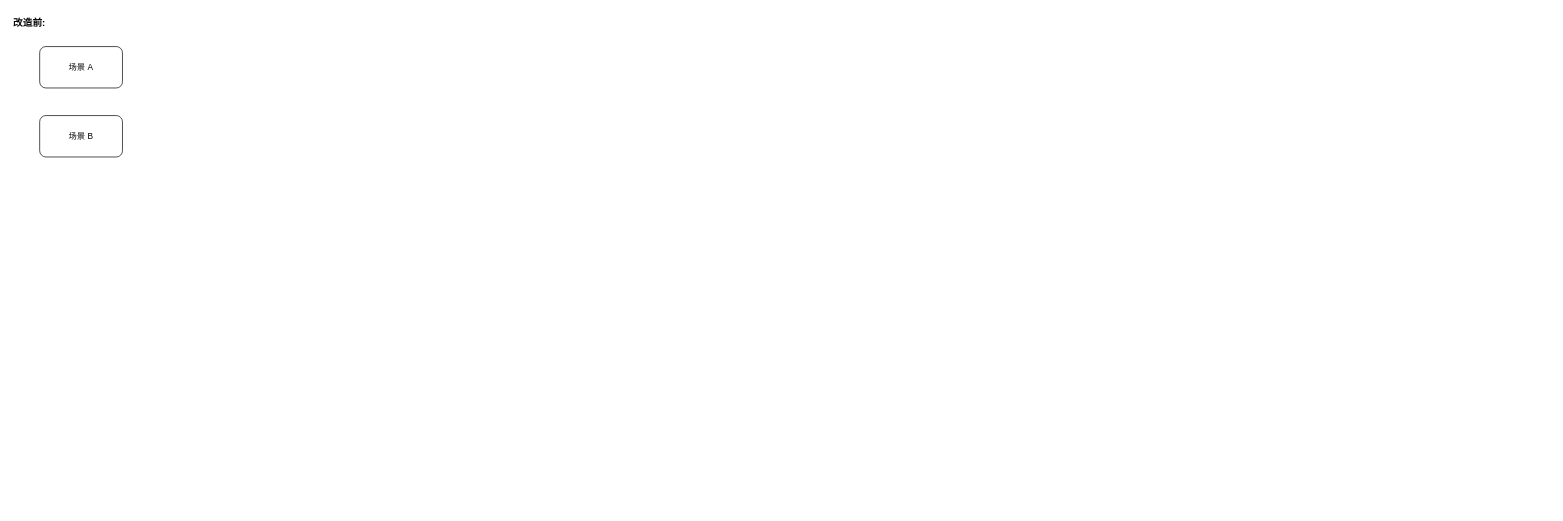
Before: worker/ai 背景图性能优化.drawio in TNT-Likely/diagrams, a draw.io diagram. Source tidied: cells renumbered, new cells numbered last; positions are measured from the earlier drawing's top-left corner, leaving out a move shared by most shapes. Both pictures are drawn from the tidied source at 69%, with x=0, y=0 at pixel (12, 12).
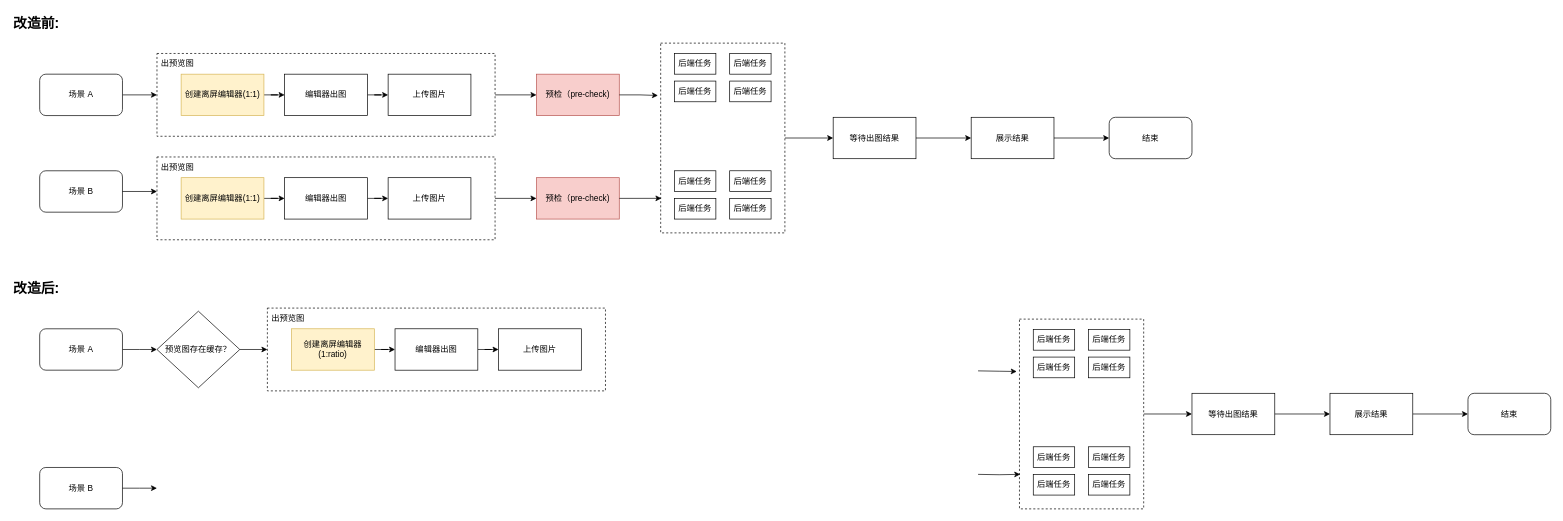
Above is the later version.

Commit message (it also covers changes not shown here):
更新ai 背景图性能优化.drawio

Change to the diagram source:
```diff
@@
+    <mxCell id="5" style="edgeStyle=orthogonalEdgeStyle;rounded=0;jettySize=auto;html=1;exitX=1;exitY=0.5;exitDx=0;exitDy=0;entryX=0;entryY=0.5;entryDx=0;entryDy=0;" parent="1" edge="1" source="2" target="7">
+      <mxGeometry relative="1" as="geometry" />
+    </mxCell>
     <mxCell id="2" value="场景 A" style="rounded=1;whiteSpace=wrap;html=1;" parent="1" vertex="1">
-      <mxGeometry x="40" y="50" width="120" height="60" as="geometry" />
+      <mxGeometry x="40" y="90" width="120" height="60" as="geometry" />
     </mxCell>
     <mxCell id="3" value="场景 B" style="rounded=1;whiteSpace=wrap;html=1;" parent="1" vertex="1">
-      <mxGeometry x="40" y="150" width="120" height="60" as="geometry" />
+      <mxGeometry x="40" y="230" width="120" height="60" as="geometry" />
     </mxCell>
-    <mxCell id="4" value="改造前:" style="text;html=1;strokeColor=none;fillColor=none;align=left;verticalAlign=middle;whiteSpace=wrap;rounded=0;fontStyle=1;fontSize=14;" parent="1" vertex="1">
-      <mxGeometry width="60" height="30" as="geometry" />
+    <mxCell id="4" value="改造前:" style="text;html=1;strokeColor=none;fillColor=none;align=left;verticalAlign=middle;whiteSpace=wrap;rounded=0;fontStyle=1;fontSize=20;" parent="1" vertex="1">
+      <mxGeometry width="100" height="30" as="geometry" />
     </mxCell>
+    <mxCell id="6" style="group;" parent="1" vertex="1">
+      <mxGeometry x="210" y="60" width="490" height="120" as="geometry" />
+    </mxCell>
+    <mxCell id="7" style="rounded=0;whiteSpace=wrap;html=1;dashed=1;" parent="6" vertex="1">
+      <mxGeometry width="490" height="120" as="geometry" />
+    </mxCell>
+    <mxCell id="8" style="edgeStyle=orthogonalEdgeStyle;rounded=0;jettySize=auto;html=1;" parent="6" edge="1" source="9" target="11">
+      <mxGeometry relative="1" as="geometry" />
+    </mxCell>
+    <mxCell id="9" value="创建离屏编辑器(1:1)" style="rounded=0;whiteSpace=wrap;html=1;fillColor=#fff2cc;strokeColor=#d6b656;" parent="6" vertex="1">
+      <mxGeometry x="35" y="30" width="120" height="60" as="geometry" />
+    </mxCell>
+    <mxCell id="10" style="edgeStyle=orthogonalEdgeStyle;rounded=0;jettySize=auto;html=1;" parent="6" edge="1" source="11" target="12">
+      <mxGeometry relative="1" as="geometry" />
+    </mxCell>
+    <mxCell id="11" value="编辑器出图" style="rounded=0;whiteSpace=wrap;html=1;" parent="6" vertex="1">
+      <mxGeometry x="185" y="30" width="120" height="60" as="geometry" />
+    </mxCell>
+    <mxCell id="12" value="上传图片" style="rounded=0;whiteSpace=wrap;html=1;" parent="6" vertex="1">
+      <mxGeometry x="335" y="30" width="120" height="60" as="geometry" />
+    </mxCell>
+    <mxCell id="13" value="出预览图" style="text;html=1;strokeColor=none;fillColor=none;align=center;verticalAlign=middle;whiteSpace=wrap;rounded=0;" parent="6" vertex="1">
+      <mxGeometry width="60" height="30" as="geometry" />
+    </mxCell>
+    <mxCell id="14" style="group;" parent="1" vertex="1">
+      <mxGeometry x="210" y="210" width="490" height="120" as="geometry" />
+    </mxCell>
+    <mxCell id="15" style="rounded=0;whiteSpace=wrap;html=1;dashed=1;" parent="14" vertex="1">
+      <mxGeometry width="490" height="120" as="geometry" />
+    </mxCell>
+    <mxCell id="16" style="edgeStyle=orthogonalEdgeStyle;rounded=0;jettySize=auto;html=1;" parent="14" edge="1" source="17" target="19">
+      <mxGeometry relative="1" as="geometry" />
+    </mxCell>
+    <mxCell id="17" value="创建离屏编辑器(1:1)" style="rounded=0;whiteSpace=wrap;html=1;fillColor=#fff2cc;strokeColor=#d6b656;" parent="14" vertex="1">
+      <mxGeometry x="35" y="30" width="120" height="60" as="geometry" />
+    </mxCell>
+    <mxCell id="18" style="edgeStyle=orthogonalEdgeStyle;rounded=0;jettySize=auto;html=1;" parent="14" edge="1" source="19" target="20">
+      <mxGeometry relative="1" as="geometry" />
+    </mxCell>
+    <mxCell id="19" value="编辑器出图" style="rounded=0;whiteSpace=wrap;html=1;" parent="14" vertex="1">
+      <mxGeometry x="185" y="30" width="120" height="60" as="geometry" />
+    </mxCell>
+    <mxCell id="20" value="上传图片" style="rounded=0;whiteSpace=wrap;html=1;" parent="14" vertex="1">
+      <mxGeometry x="335" y="30" width="120" height="60" as="geometry" />
+    </mxCell>
+    <mxCell id="21" value="出预览图" style="text;html=1;strokeColor=none;fillColor=none;align=center;verticalAlign=middle;whiteSpace=wrap;rounded=0;" parent="14" vertex="1">
+      <mxGeometry width="60" height="30" as="geometry" />
+    </mxCell>
+    <mxCell id="22" style="edgeStyle=orthogonalEdgeStyle;rounded=0;jettySize=auto;html=1;exitX=1;exitY=0.5;exitDx=0;exitDy=0;entryX=0;entryY=0.417;entryDx=0;entryDy=0;entryPerimeter=0;" parent="1" edge="1" source="3" target="15">
+      <mxGeometry relative="1" as="geometry" />
+    </mxCell>
+    <mxCell id="23" value="预检（pre-check)" style="rounded=0;whiteSpace=wrap;html=1;fillColor=#f8cecc;strokeColor=#b85450;" parent="1" vertex="1">
+      <mxGeometry x="760" y="90" width="120" height="60" as="geometry" />
+    </mxCell>
+    <mxCell id="24" value="预检（pre-check)" style="rounded=0;whiteSpace=wrap;html=1;fillColor=#f8cecc;strokeColor=#b85450;" parent="1" vertex="1">
+      <mxGeometry x="760" y="240" width="120" height="60" as="geometry" />
+    </mxCell>
+    <mxCell id="25" style="edgeStyle=orthogonalEdgeStyle;rounded=0;jettySize=auto;html=1;exitX=1;exitY=0.5;exitDx=0;exitDy=0;entryX=0;entryY=0.5;entryDx=0;entryDy=0;" parent="1" edge="1" source="15" target="24">
+      <mxGeometry relative="1" as="geometry" />
+    </mxCell>
+    <mxCell id="26" style="edgeStyle=orthogonalEdgeStyle;rounded=0;jettySize=auto;html=1;exitX=1;exitY=0.5;exitDx=0;exitDy=0;entryX=0;entryY=0.5;entryDx=0;entryDy=0;" parent="1" edge="1" source="7" target="23">
+      <mxGeometry relative="1" as="geometry" />
+    </mxCell>
+    <mxCell id="27" style="edgeStyle=orthogonalEdgeStyle;rounded=0;jettySize=auto;html=1;exitX=1;exitY=0.5;exitDx=0;exitDy=0;entryX=0;entryY=0.5;entryDx=0;entryDy=0;" parent="1" edge="1" source="28" target="40">
+      <mxGeometry relative="1" as="geometry" />
+    </mxCell>
+    <mxCell id="28" style="rounded=0;whiteSpace=wrap;html=1;dashed=1;" parent="1" vertex="1">
+      <mxGeometry x="940" y="45" width="180" height="275" as="geometry" />
+    </mxCell>
+    <mxCell id="29" value="后端任务" style="rounded=0;whiteSpace=wrap;html=1;" parent="1" vertex="1">
+      <mxGeometry x="960" y="60" width="60" height="30" as="geometry" />
+    </mxCell>
+    <mxCell id="30" value="后端任务" style="rounded=0;whiteSpace=wrap;html=1;" parent="1" vertex="1">
+      <mxGeometry x="1040" y="60" width="60" height="30" as="geometry" />
+    </mxCell>
+    <mxCell id="31" value="后端任务" style="rounded=0;whiteSpace=wrap;html=1;" parent="1" vertex="1">
+      <mxGeometry x="960" y="100" width="60" height="30" as="geometry" />
+    </mxCell>
+    <mxCell id="32" value="后端任务" style="rounded=0;whiteSpace=wrap;html=1;" parent="1" vertex="1">
+      <mxGeometry x="1040" y="100" width="60" height="30" as="geometry" />
+    </mxCell>
+    <mxCell id="33" value="后端任务" style="rounded=0;whiteSpace=wrap;html=1;" parent="1" vertex="1">
+      <mxGeometry x="960" y="230" width="60" height="30" as="geometry" />
+    </mxCell>
+    <mxCell id="34" value="后端任务" style="rounded=0;whiteSpace=wrap;html=1;" parent="1" vertex="1">
+      <mxGeometry x="1040" y="230" width="60" height="30" as="geometry" />
+    </mxCell>
+    <mxCell id="35" value="后端任务" style="rounded=0;whiteSpace=wrap;html=1;" parent="1" vertex="1">
+      <mxGeometry x="960" y="270" width="60" height="30" as="geometry" />
+    </mxCell>
+    <mxCell id="36" value="后端任务" style="rounded=0;whiteSpace=wrap;html=1;" parent="1" vertex="1">
+      <mxGeometry x="1040" y="270" width="60" height="30" as="geometry" />
+    </mxCell>
+    <mxCell id="37" style="edgeStyle=orthogonalEdgeStyle;rounded=0;jettySize=auto;html=1;exitX=1;exitY=0.5;exitDx=0;exitDy=0;entryX=-0.022;entryY=0.276;entryDx=0;entryDy=0;entryPerimeter=0;" parent="1" edge="1" source="23" target="28">
+      <mxGeometry relative="1" as="geometry" />
+    </mxCell>
+    <mxCell id="38" style="edgeStyle=orthogonalEdgeStyle;rounded=0;jettySize=auto;html=1;exitX=1;exitY=0.5;exitDx=0;exitDy=0;entryX=0.006;entryY=0.818;entryDx=0;entryDy=0;entryPerimeter=0;" parent="1" edge="1" source="24" target="28">
+      <mxGeometry relative="1" as="geometry" />
+    </mxCell>
+    <mxCell id="39" style="edgeStyle=orthogonalEdgeStyle;rounded=0;jettySize=auto;html=1;exitX=1;exitY=0.5;exitDx=0;exitDy=0;entryX=0;entryY=0.5;entryDx=0;entryDy=0;" parent="1" edge="1" source="40" target="42">
+      <mxGeometry relative="1" as="geometry" />
+    </mxCell>
+    <mxCell id="40" value="等待出图结果" style="rounded=0;whiteSpace=wrap;html=1;" parent="1" vertex="1">
+      <mxGeometry x="1190" y="152.5" width="120" height="60" as="geometry" />
+    </mxCell>
+    <mxCell id="41" style="edgeStyle=orthogonalEdgeStyle;rounded=0;jettySize=auto;html=1;exitX=1;exitY=0.5;exitDx=0;exitDy=0;entryX=0;entryY=0.5;entryDx=0;entryDy=0;" parent="1" edge="1" source="42" target="43">
+      <mxGeometry relative="1" as="geometry" />
+    </mxCell>
+    <mxCell id="42" value="展示结果" style="rounded=0;whiteSpace=wrap;html=1;" parent="1" vertex="1">
+      <mxGeometry x="1390" y="152.5" width="120" height="60" as="geometry" />
+    </mxCell>
+    <mxCell id="43" value="结束" style="rounded=1;whiteSpace=wrap;html=1;" parent="1" vertex="1">
+      <mxGeometry x="1590" y="152.5" width="120" height="60" as="geometry" />
+    </mxCell>
+    <mxCell id="44" value="改造后:" style="text;html=1;strokeColor=none;fillColor=none;align=left;verticalAlign=middle;whiteSpace=wrap;rounded=0;fontStyle=1;fontSize=20;" parent="1" vertex="1">
+      <mxGeometry y="384" width="100" height="30" as="geometry" />
+    </mxCell>
+    <mxCell id="45" style="edgeStyle=orthogonalEdgeStyle;rounded=0;jettySize=auto;html=1;exitX=1;exitY=0.5;exitDx=0;exitDy=0;entryX=0;entryY=0.5;entryDx=0;entryDy=0;" parent="1" edge="1" source="46">
+      <mxGeometry relative="1" as="geometry">
+        <mxPoint x="210" y="489" as="targetPoint" />
+      </mxGeometry>
+    </mxCell>
+    <mxCell id="46" value="场景 A" style="rounded=1;whiteSpace=wrap;html=1;" parent="1" vertex="1">
+      <mxGeometry x="40" y="459" width="120" height="60" as="geometry" />
+    </mxCell>
+    <mxCell id="47" value="场景 B" style="rounded=1;whiteSpace=wrap;html=1;" parent="1" vertex="1">
+      <mxGeometry x="40" y="660" width="120" height="60" as="geometry" />
+    </mxCell>
+    <mxCell id="48" style="edgeStyle=orthogonalEdgeStyle;rounded=0;jettySize=auto;html=1;exitX=1;exitY=0.5;exitDx=0;exitDy=0;entryX=0;entryY=0.417;entryDx=0;entryDy=0;entryPerimeter=0;" parent="1" edge="1" source="47">
+      <mxGeometry relative="1" as="geometry">
+        <mxPoint x="210" y="690" as="targetPoint" />
+      </mxGeometry>
+    </mxCell>
+    <mxCell id="49" style="edgeStyle=orthogonalEdgeStyle;rounded=0;jettySize=auto;html=1;exitX=1;exitY=0.5;exitDx=0;exitDy=0;entryX=0;entryY=0.5;entryDx=0;entryDy=0;" parent="1" edge="1" source="50" target="62">
+      <mxGeometry relative="1" as="geometry" />
+    </mxCell>
+    <mxCell id="50" style="rounded=0;whiteSpace=wrap;html=1;dashed=1;" parent="1" vertex="1">
+      <mxGeometry x="1460" y="445" width="180" height="275" as="geometry" />
+    </mxCell>
+    <mxCell id="51" value="后端任务" style="rounded=0;whiteSpace=wrap;html=1;" parent="1" vertex="1">
+      <mxGeometry x="1480" y="460" width="60" height="30" as="geometry" />
+    </mxCell>
+    <mxCell id="52" value="后端任务" style="rounded=0;whiteSpace=wrap;html=1;" parent="1" vertex="1">
+      <mxGeometry x="1560" y="460" width="60" height="30" as="geometry" />
+    </mxCell>
+    <mxCell id="53" value="后端任务" style="rounded=0;whiteSpace=wrap;html=1;" parent="1" vertex="1">
+      <mxGeometry x="1480" y="500" width="60" height="30" as="geometry" />
+    </mxCell>
+    <mxCell id="54" value="后端任务" style="rounded=0;whiteSpace=wrap;html=1;" parent="1" vertex="1">
+      <mxGeometry x="1560" y="500" width="60" height="30" as="geometry" />
+    </mxCell>
+    <mxCell id="55" value="后端任务" style="rounded=0;whiteSpace=wrap;html=1;" parent="1" vertex="1">
+      <mxGeometry x="1480" y="630" width="60" height="30" as="geometry" />
+    </mxCell>
+    <mxCell id="56" value="后端任务" style="rounded=0;whiteSpace=wrap;html=1;" parent="1" vertex="1">
+      <mxGeometry x="1560" y="630" width="60" height="30" as="geometry" />
+    </mxCell>
+    <mxCell id="57" value="后端任务" style="rounded=0;whiteSpace=wrap;html=1;" parent="1" vertex="1">
+      <mxGeometry x="1480" y="670" width="60" height="30" as="geometry" />
+    </mxCell>
+    <mxCell id="58" value="后端任务" style="rounded=0;whiteSpace=wrap;html=1;" parent="1" vertex="1">
+      <mxGeometry x="1560" y="670" width="60" height="30" as="geometry" />
+    </mxCell>
+    <mxCell id="59" style="edgeStyle=orthogonalEdgeStyle;rounded=0;jettySize=auto;html=1;exitX=1;exitY=0.5;exitDx=0;exitDy=0;entryX=-0.022;entryY=0.276;entryDx=0;entryDy=0;entryPerimeter=0;" parent="1" edge="1" target="50">
+      <mxGeometry relative="1" as="geometry">
+        <mxPoint x="1400" y="520" as="sourcePoint" />
+      </mxGeometry>
+    </mxCell>
+    <mxCell id="60" style="edgeStyle=orthogonalEdgeStyle;rounded=0;jettySize=auto;html=1;exitX=1;exitY=0.5;exitDx=0;exitDy=0;entryX=0.006;entryY=0.818;entryDx=0;entryDy=0;entryPerimeter=0;" parent="1" edge="1" target="50">
+      <mxGeometry relative="1" as="geometry">
+        <mxPoint x="1400" y="670" as="sourcePoint" />
+      </mxGeometry>
+    </mxCell>
+    <mxCell id="61" style="edgeStyle=orthogonalEdgeStyle;rounded=0;jettySize=auto;html=1;exitX=1;exitY=0.5;exitDx=0;exitDy=0;entryX=0;entryY=0.5;entryDx=0;entryDy=0;" parent="1" edge="1" source="62" target="64">
+      <mxGeometry relative="1" as="geometry" />
+    </mxCell>
+    <mxCell id="62" value="等待出图结果" style="rounded=0;whiteSpace=wrap;html=1;" parent="1" vertex="1">
+      <mxGeometry x="1710" y="552.5" width="120" height="60" as="geometry" />
+    </mxCell>
+    <mxCell id="63" style="edgeStyle=orthogonalEdgeStyle;rounded=0;jettySize=auto;html=1;exitX=1;exitY=0.5;exitDx=0;exitDy=0;entryX=0;entryY=0.5;entryDx=0;entryDy=0;" parent="1" edge="1" source="64" target="65">
+      <mxGeometry relative="1" as="geometry" />
+    </mxCell>
+    <mxCell id="64" value="展示结果" style="rounded=0;whiteSpace=wrap;html=1;" parent="1" vertex="1">
+      <mxGeometry x="1910" y="552.5" width="120" height="60" as="geometry" />
+    </mxCell>
+    <mxCell id="65" value="结束" style="rounded=1;whiteSpace=wrap;html=1;" parent="1" vertex="1">
+      <mxGeometry x="2110" y="552.5" width="120" height="60" as="geometry" />
+    </mxCell>
+    <mxCell id="66" style="edgeStyle=orthogonalEdgeStyle;rounded=0;jettySize=auto;html=1;exitX=1;exitY=0.5;exitDx=0;exitDy=0;entryX=0;entryY=0.5;entryDx=0;entryDy=0;" parent="1" edge="1" source="67" target="69">
+      <mxGeometry relative="1" as="geometry" />
+    </mxCell>
+    <mxCell id="67" value="预览图存在缓存？" style="rhombus;whiteSpace=wrap;html=1;" parent="1" vertex="1">
+      <mxGeometry x="210" y="433.5" width="120" height="111" as="geometry" />
+    </mxCell>
+    <mxCell id="68" style="group;" parent="1" vertex="1">
+      <mxGeometry x="370" y="429" width="490" height="120" as="geometry" />
+    </mxCell>
+    <mxCell id="69" style="rounded=0;whiteSpace=wrap;html=1;dashed=1;" parent="68" vertex="1">
+      <mxGeometry width="490" height="120" as="geometry" />
+    </mxCell>
+    <mxCell id="70" style="edgeStyle=orthogonalEdgeStyle;rounded=0;jettySize=auto;html=1;" parent="68" edge="1" source="71" target="73">
+      <mxGeometry relative="1" as="geometry" />
+    </mxCell>
+    <mxCell id="71" value="创建离屏编辑器(1:ratio)" style="rounded=0;whiteSpace=wrap;html=1;fillColor=#fff2cc;strokeColor=#d6b656;" parent="68" vertex="1">
+      <mxGeometry x="35" y="30" width="120" height="60" as="geometry" />
+    </mxCell>
+    <mxCell id="72" style="edgeStyle=orthogonalEdgeStyle;rounded=0;jettySize=auto;html=1;" parent="68" edge="1" source="73" target="74">
+      <mxGeometry relative="1" as="geometry" />
+    </mxCell>
+    <mxCell id="73" value="编辑器出图" style="rounded=0;whiteSpace=wrap;html=1;" parent="68" vertex="1">
+      <mxGeometry x="185" y="30" width="120" height="60" as="geometry" />
+    </mxCell>
+    <mxCell id="74" value="上传图片" style="rounded=0;whiteSpace=wrap;html=1;" parent="68" vertex="1">
+      <mxGeometry x="335" y="30" width="120" height="60" as="geometry" />
+    </mxCell>
+    <mxCell id="75" value="出预览图" style="text;html=1;strokeColor=none;fillColor=none;align=center;verticalAlign=middle;whiteSpace=wrap;rounded=0;" parent="68" vertex="1">
+      <mxGeometry width="60" height="30" as="geometry" />
+    </mxCell>
```
